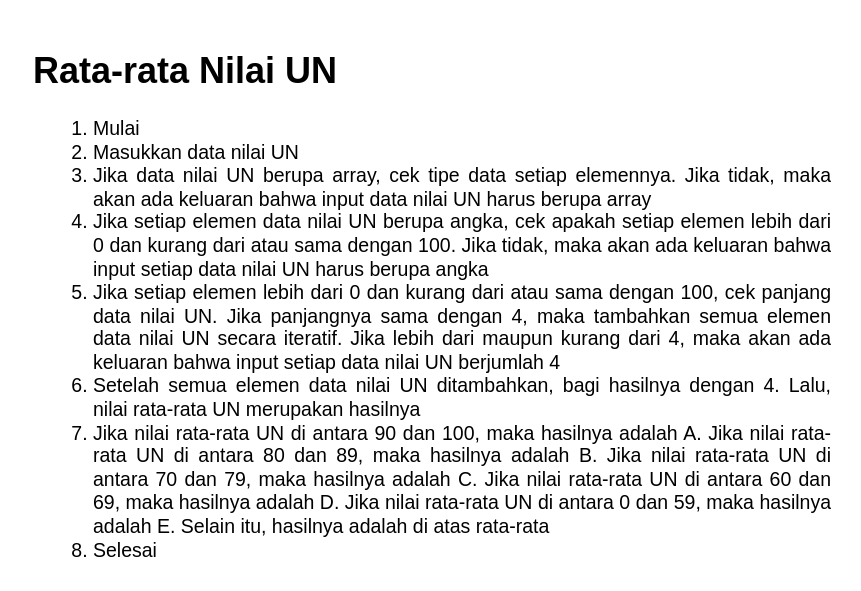
This is task2-algoritma.drawio.xml from bagus25dzikri06/javascript-intro-1, a draw.io file, before an edit. Source tidied: cells renumbered, new cells numbered last; positions are measured from the earlier drawing's top-left corner, leaving out a move shared by most shapes. Both pictures are drawn from the tidied source at 150%, with x=0, y=0 at pixel (26, 40).
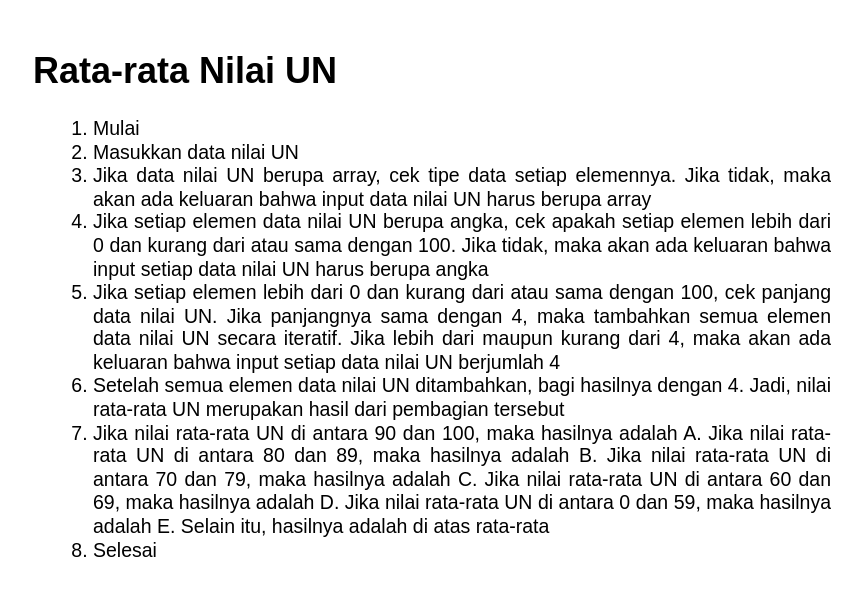
After the change.

Commit message (it also covers changes not shown here):
Update for Task 4 in destructure in b part

Diff of the diagram source:
```diff
@@
 <mxGraphModel>
   <root>
     <mxCell id="0" />
     <mxCell id="1" parent="0" />
-    <mxCell id="2" value="&lt;h1 style=&quot;text-align: justify;&quot;&gt;Rata-rata Nilai UN&lt;/h1&gt;&lt;p style=&quot;text-align: justify;&quot;&gt;&lt;/p&gt;&lt;ol style=&quot;font-size: 13px;&quot;&gt;&lt;li style=&quot;text-align: justify;&quot;&gt;&lt;font style=&quot;font-size: 13px;&quot;&gt;Mulai&lt;/font&gt;&lt;/li&gt;&lt;li style=&quot;text-align: justify;&quot;&gt;&lt;span style=&quot;font-size: 13px;&quot;&gt;Masukkan data nilai UN&lt;/span&gt;&lt;/li&gt;&lt;li style=&quot;text-align: justify;&quot;&gt;&lt;span style=&quot;font-size: 13px;&quot;&gt;Jika data nilai UN berupa array, cek tipe data setiap elemennya. Jika tidak, maka akan ada keluaran bahwa input data nilai UN harus berupa array&lt;/span&gt;&lt;/li&gt;&lt;li style=&quot;text-align: justify;&quot;&gt;&lt;span style=&quot;font-size: 13px;&quot;&gt;Jika setiap elemen data nilai UN berupa angka, cek apakah setiap elemen lebih dari 0 dan kurang dari atau sama dengan 100. Jika tidak, maka akan ada keluaran bahwa input setiap data nilai UN harus berupa angka&lt;/span&gt;&lt;/li&gt;&lt;li style=&quot;text-align: justify;&quot;&gt;&lt;span style=&quot;font-size: 13px;&quot;&gt;Jika setiap elemen lebih dari 0 dan kurang dari atau sama dengan 100, cek panjang data nilai UN. Jika panjangnya sama dengan 4, maka tambahkan semua elemen data nilai UN secara iteratif. Jika lebih dari maupun kurang dari 4, maka akan ada keluaran bahwa input setiap data nilai UN berjumlah 4&lt;/span&gt;&lt;/li&gt;&lt;li style=&quot;text-align: justify;&quot;&gt;&lt;span style=&quot;font-size: 13px;&quot;&gt;Setelah semua elemen data nilai UN ditambahkan, bagi hasilnya dengan 4. Lalu, nilai rata-rata UN merupakan hasilnya&lt;/span&gt;&lt;/li&gt;&lt;li style=&quot;text-align: justify;&quot;&gt;&lt;span style=&quot;&quot;&gt;Jika nilai rata-rata UN di antara 90 dan 100, maka hasilnya adalah A.&amp;nbsp;&lt;/span&gt;Jika nilai rata-rata UN di antara 80 dan 89, maka hasilnya adalah B. Jika nilai rata-rata UN di antara 70 dan 79, maka hasilnya adalah C. Jika nilai rata-rata UN di antara 60 dan 69, maka hasilnya adalah D. Jika nilai rata-rata UN di antara 0 dan 59, maka hasilnya adalah E. Selain itu, hasilnya adalah di atas rata-rata&lt;/li&gt;&lt;li style=&quot;text-align: justify;&quot;&gt;Selesai&lt;/li&gt;&lt;/ol&gt;&lt;p&gt;&lt;/p&gt;" style="text;html=1;strokeColor=none;fillColor=none;spacing=5;spacingTop=-20;whiteSpace=wrap;overflow=hidden;rounded=0;" parent="1" vertex="1">
-      <mxGeometry width="540" height="350" as="geometry" />
-    </mxCell>
+    <mxCell id="3" value="&lt;h1 style=&quot;text-align: justify;&quot;&gt;Rata-rata Nilai UN&lt;/h1&gt;&lt;p style=&quot;text-align: justify;&quot;&gt;&lt;/p&gt;&lt;ol style=&quot;font-size: 13px;&quot;&gt;&lt;li style=&quot;text-align: justify;&quot;&gt;&lt;font style=&quot;font-size: 13px;&quot;&gt;Mulai&lt;/font&gt;&lt;/li&gt;&lt;li style=&quot;text-align: justify;&quot;&gt;&lt;span style=&quot;font-size: 13px;&quot;&gt;Masukkan data nilai UN&lt;/span&gt;&lt;/li&gt;&lt;li style=&quot;text-align: justify;&quot;&gt;&lt;span style=&quot;font-size: 13px;&quot;&gt;Jika data nilai UN berupa array, cek tipe data setiap elemennya. Jika tidak, maka akan ada keluaran bahwa input data nilai UN harus berupa array&lt;/span&gt;&lt;/li&gt;&lt;li style=&quot;text-align: justify;&quot;&gt;&lt;span style=&quot;font-size: 13px;&quot;&gt;Jika setiap elemen data nilai UN berupa angka, cek apakah setiap elemen lebih dari 0 dan kurang dari atau sama dengan 100. Jika tidak, maka akan ada keluaran bahwa input setiap data nilai UN harus berupa angka&lt;/span&gt;&lt;/li&gt;&lt;li style=&quot;text-align: justify;&quot;&gt;&lt;span style=&quot;font-size: 13px;&quot;&gt;Jika setiap elemen lebih dari 0 dan kurang dari atau sama dengan 100, cek panjang data nilai UN. Jika panjangnya sama dengan 4, maka tambahkan semua elemen data nilai UN secara iteratif. Jika lebih dari maupun kurang dari 4, maka akan ada keluaran bahwa input setiap data nilai UN berjumlah 4&lt;/span&gt;&lt;/li&gt;&lt;li style=&quot;text-align: justify;&quot;&gt;&lt;span style=&quot;font-size: 13px;&quot;&gt;Setelah semua elemen data nilai UN ditambahkan, bagi hasilnya dengan 4. Jadi, nilai rata-rata UN merupakan hasil dari pembagian tersebut&lt;/span&gt;&lt;/li&gt;&lt;li style=&quot;text-align: justify;&quot;&gt;&lt;span style=&quot;&quot;&gt;Jika nilai rata-rata UN di antara 90 dan 100, maka hasilnya adalah A.&amp;nbsp;&lt;/span&gt;Jika nilai rata-rata UN di antara 80 dan 89, maka hasilnya adalah B. Jika nilai rata-rata UN di antara 70 dan 79, maka hasilnya adalah C. Jika nilai rata-rata UN di antara 60 dan 69, maka hasilnya adalah D. Jika nilai rata-rata UN di antara 0 dan 59, maka hasilnya adalah E. Selain itu, hasilnya adalah di atas rata-rata&lt;/li&gt;&lt;li style=&quot;text-align: justify;&quot;&gt;Selesai&lt;/li&gt;&lt;/ol&gt;&lt;p&gt;&lt;/p&gt;" style="text;html=1;strokeColor=none;fillColor=none;spacing=5;spacingTop=-20;whiteSpace=wrap;overflow=hidden;rounded=0;" parent="1" vertex="1">
+      <mxGeometry width="540" height="350" as="geometry" />
+    </mxCell>
   </root>
 </mxGraphModel>
```
